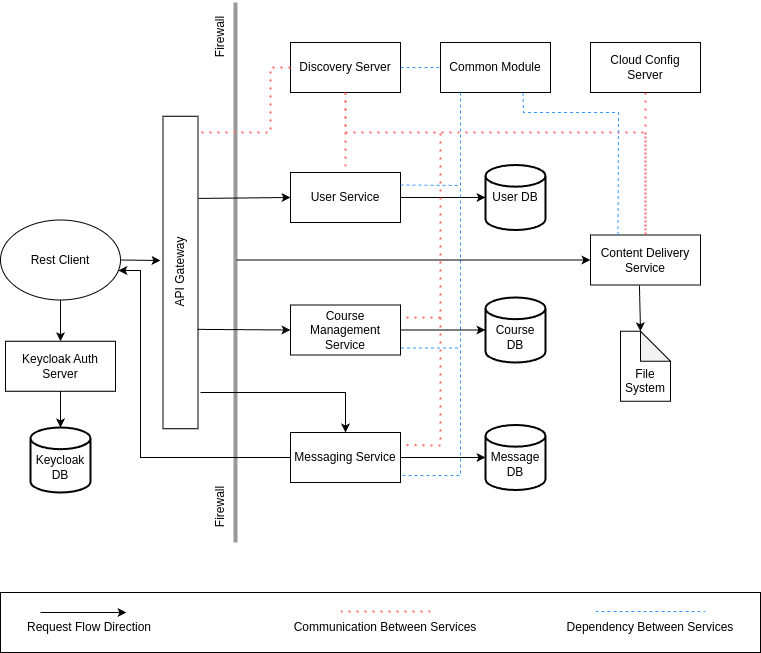
DevRezaur/e-learning-platform-spring-boot-backend keeps this draw.io diagram as other/images/backend-service-diagram.png. Above is the earlier version. Source tidied: cells renumbered, new cells last; positions are measured from the earlier drawing's top-left corner, leaving out a move shared by most shapes.
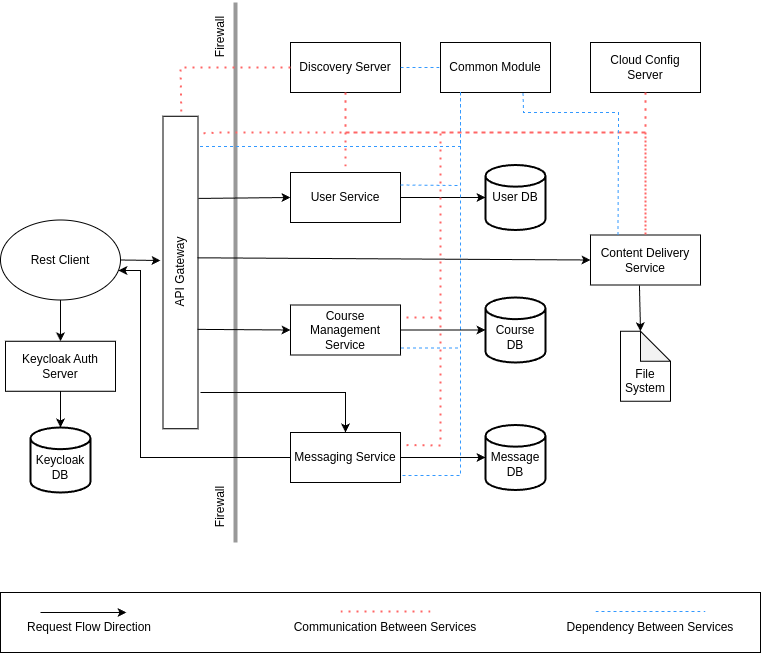
After the commit.

What changed in the source:
```diff
@@ -79,7 +79,7 @@
     <mxCell id="26" style="endArrow=classic;html=1;rounded=0;exitX=1;exitY=0.5;exitDx=0;exitDy=0;entryX=0;entryY=0.5;entryDx=0;entryDy=0;entryPerimeter=0;" parent="1" edge="1" source="10" target="15">
       <mxGeometry relative="1" as="geometry" />
     </mxCell>
-    <mxCell id="27" style="endArrow=classic;html=1;rounded=0;entryX=0;entryY=0.5;entryDx=0;entryDy=0;" parent="1" edge="1" source="7" target="12">
+    <mxCell id="27" style="endArrow=classic;html=1;rounded=0;entryX=0;entryY=0.5;entryDx=0;entryDy=0;exitX=0.547;exitY=0.986;exitDx=0;exitDy=0;exitPerimeter=0;" parent="1" edge="1" source="3" target="12">
       <mxGeometry relative="1" as="geometry" />
     </mxCell>
     <mxCell id="28" style="endArrow=classic;html=1;rounded=0;exitX=0.116;exitY=1.071;exitDx=0;exitDy=0;entryX=0.5;entryY=0;entryDx=0;entryDy=0;exitPerimeter=0;" parent="1" edge="1" source="3" target="14">
@@ -207,13 +207,30 @@
         </Array>
       </mxGeometry>
     </mxCell>
-    <mxCell id="49" style="endArrow=none;dashed=1;html=1;dashPattern=1 3;strokeWidth=2;rounded=0;strokeColor=#FF6666;exitX=0;exitY=0.5;exitDx=0;exitDy=0;entryX=0.948;entryY=1.071;entryDx=0;entryDy=0;entryPerimeter=0;" parent="1" edge="1" source="19" target="3">
+    <mxCell id="49" style="endArrow=none;dashed=1;html=1;dashPattern=1 3;strokeWidth=2;rounded=0;strokeColor=#FF6666;exitX=0;exitY=0.5;exitDx=0;exitDy=0;entryX=1.001;entryY=0.524;entryDx=0;entryDy=0;entryPerimeter=0;" parent="1" edge="1" source="19" target="3">
       <mxGeometry relative="1" as="geometry">
         <Array as="points">
           <mxPoint x="270" y="65" />
-          <mxPoint x="270" y="130" />
+          <mxPoint x="180" y="65" />
         </Array>
       </mxGeometry>
     </mxCell>
+    <mxCell id="50" style="endArrow=none;dashed=1;html=1;rounded=0;fillColor=#3333FF;strokeColor=#3399FF;entryX=0.903;entryY=1.024;entryDx=0;entryDy=0;exitX=0.182;exitY=0.99;exitDx=0;exitDy=0;exitPerimeter=0;entryPerimeter=0;" parent="1" edge="1" source="11" target="3">
+      <mxGeometry relative="1" as="geometry">
+        <Array as="points">
+          <mxPoint x="460" y="144" />
+          <mxPoint x="340" y="144" />
+        </Array>
+      </mxGeometry>
+    </mxCell>
+    <mxCell id="51" style="endArrow=none;dashed=1;html=1;dashPattern=1 3;strokeWidth=2;rounded=0;strokeColor=#FF6666;exitX=0.5;exitY=1;exitDx=0;exitDy=0;entryX=0.945;entryY=1.048;entryDx=0;entryDy=0;entryPerimeter=0;" parent="1" edge="1" source="20" target="3">
+      <mxGeometry relative="1" as="geometry">
+        <Array as="points">
+          <mxPoint x="645" y="130" />
+          <mxPoint x="310" y="130" />
+          <mxPoint x="220" y="130" />
+        </Array>
+      </mxGeometry>
+    </mxCell>
   </root>
 </mxGraphModel>
```
